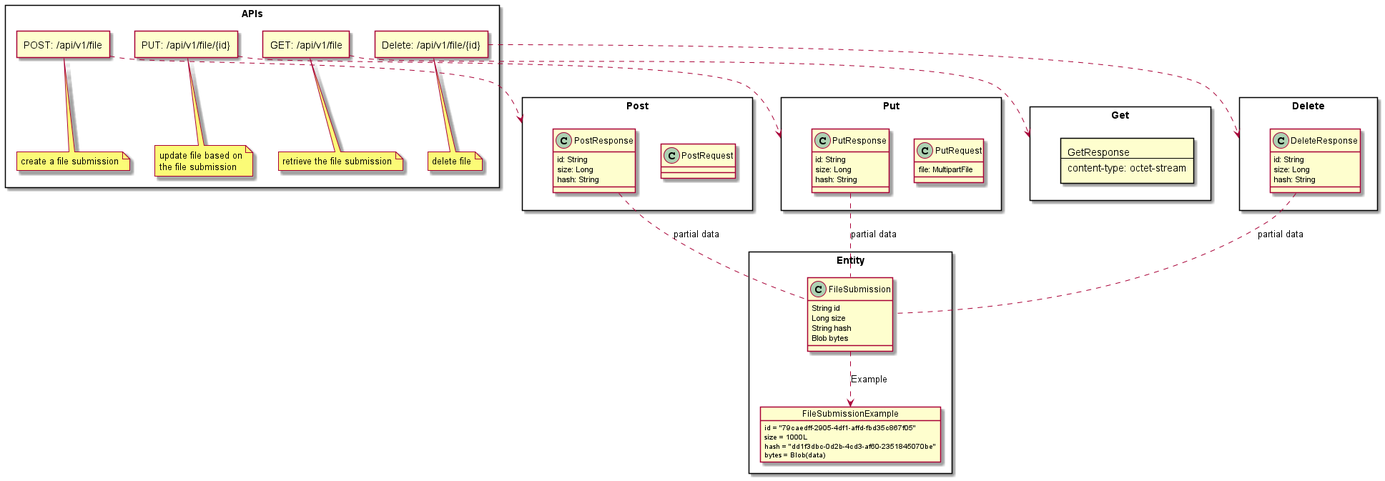
The PlantUML diagram docs/api.png in xh-dev/simple-file-storage, before a commit. Its diagram source:
```plantuml
@startuml
allow_mixing
rectangle APIs as apis{
    top to bottom direction
    agent "POST: /api/v1/file" as apis.post
    note bottom of apis.post
        create a file submission
    end note
    agent "PUT: /api/v1/file/{id}" as apis.put
    note bottom of apis.put
        update file based on
        the file submission
    end note
    agent "GET: /api/v1/file" as apis.get
    note bottom of apis.get
        retrieve the file submission
    end note
    agent "Delete: /api/v1/file/{id}" as apis.delete
    note bottom of apis.delete
        delete file
    end note
}

rectangle Entity{
    class FileSubmission {
        String id
        Long size
        String hash
        Blob bytes
    }

    object FileSubmissionExample {
        id = "79caedff-2905-4df1-affd-fbd35c867f05"
        size = 1000L
        hash = "dd1f3dbc-0d2b-4cd3-af60-2351845070be"
        bytes = Blob(data)
    }

    FileSubmission -[dashed]-> FileSubmissionExample : Example


}

rectangle Post as postRect{
    class PostRequest{}
    class PostResponse{
        id: String
        size: Long
        hash: String
    }
}

rectangle Put as putRect{
    class PutRequest{
        file: MultipartFile
    }
    class PutResponse {
        id: String
        size: Long
        hash: String
    }
}

PostResponse -[dashed]- FileSubmission : partial data
PutResponse -[dashed]- FileSubmission : partial data

rectangle Get as getRect{
    rectangle GetResponse[
        GetResponse
        ---
        content-type: octet-stream
    ]
}

rectangle Delete as deleteRect{
    class DeleteResponse {
        id: String
        size: Long
        hash: String
    }
}

DeleteResponse -[dashed]- FileSubmission : partial data

apis.post -[dashed]-> postRect
apis.put -[dashed]-> putRect
apis.get -[dashed]-> getRect
apis.delete -[dashed]-> deleteRect

@enduml
```
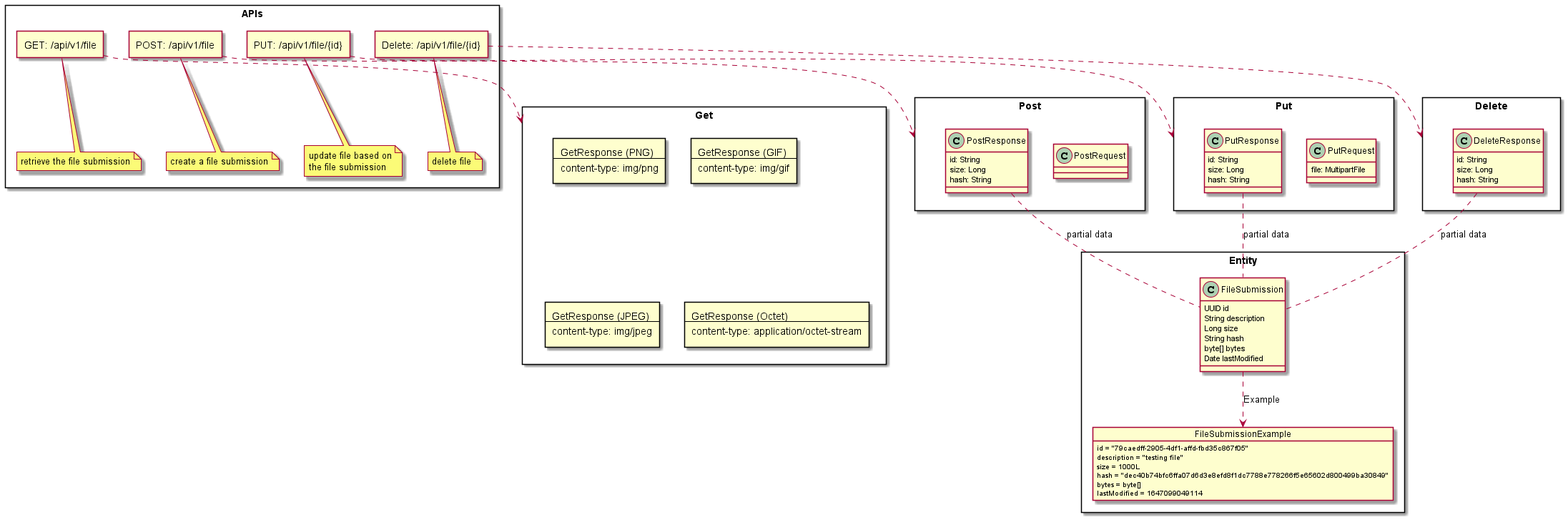
After the commit.

Diff of the diagram source:
```diff
@@ -23,17 +23,21 @@
 
 rectangle Entity{
     class FileSubmission {
-        String id
+        UUID id
+        String description
         Long size
         String hash
-        Blob bytes
+        byte[] bytes
+        Date lastModified
     }
 
     object FileSubmissionExample {
         id = "79caedff-2905-4df1-affd-fbd35c867f05"
+        description = "testing file"
         size = 1000L
-        hash = "dd1f3dbc-0d2b-4cd3-af60-2351845070be"
-        bytes = Blob(data)
+        hash = "dec40b74bfc6ffa07d6d3e8efd8f1dc7788e778266f5e65602d800499ba30849"
+        bytes = byte[]
+        lastModified = 1647099049114
     }
 
     FileSubmission -[dashed]-> FileSubmissionExample : Example
@@ -65,10 +69,25 @@
 PutResponse -[dashed]- FileSubmission : partial data
 
 rectangle Get as getRect{
-    rectangle GetResponse[
-        GetResponse
+    rectangle GetResponsePNG[
+        GetResponse (PNG)
         ---
-        content-type: octet-stream
+        content-type: img/png
+    ]
+    rectangle GetResponseGIF[
+        GetResponse (GIF)
+        ---
+        content-type: img/gif
+    ]
+    rectangle GetResponseJPEG[
+        GetResponse (JPEG)
+        ---
+        content-type: img/jpeg
+    ]
+    rectangle GetResponseOctet[
+        GetResponse (Octet)
+        ---
+        content-type: application/octet-stream
     ]
 }
 
```
